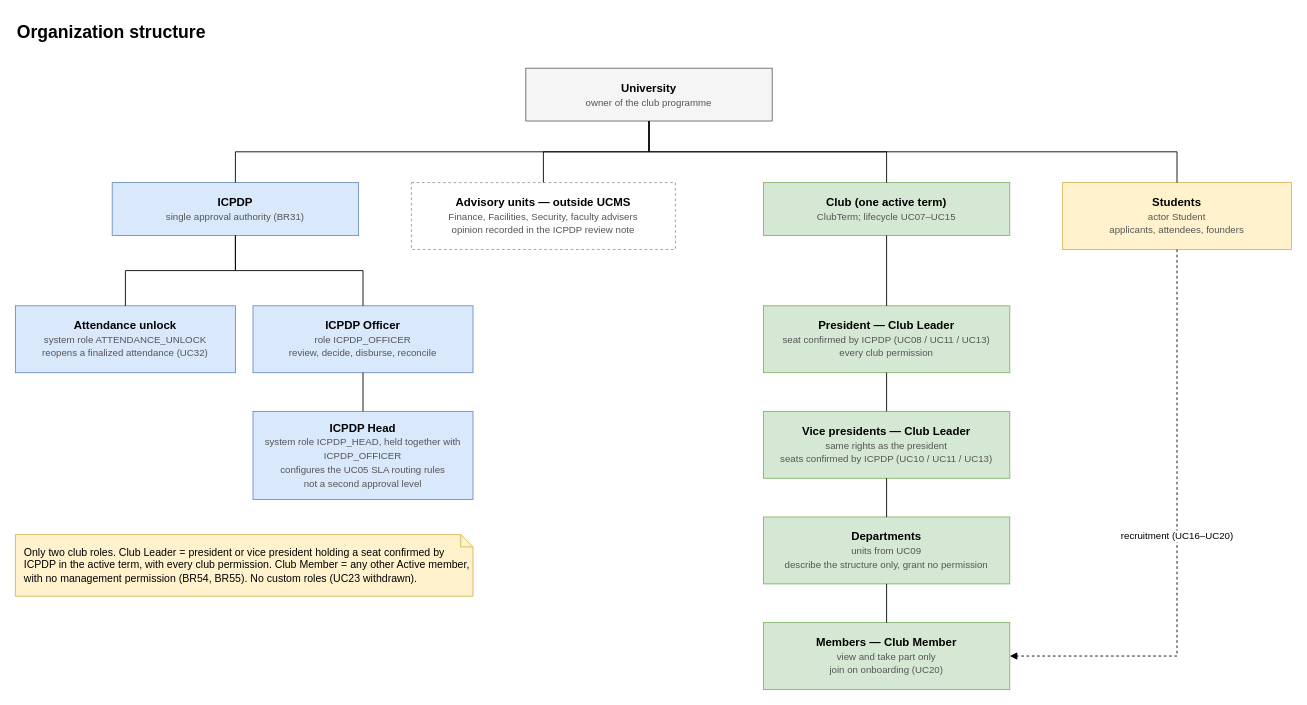
The draw.io diagram page "Organization structure" (1 of 2) of docs/03-diagrams/UCMS_Organization_and_Flows.drawio in nvdekay/ClubManagementSystem, before the edit. Source tidied: cells renumbered, new cells numbered last; positions are measured from the earlier drawing's top-left corner, leaving out a move shared by most shapes. Both pictures are drawn from the tidied source at 88%, with x=0, y=0 at pixel (15, 15).
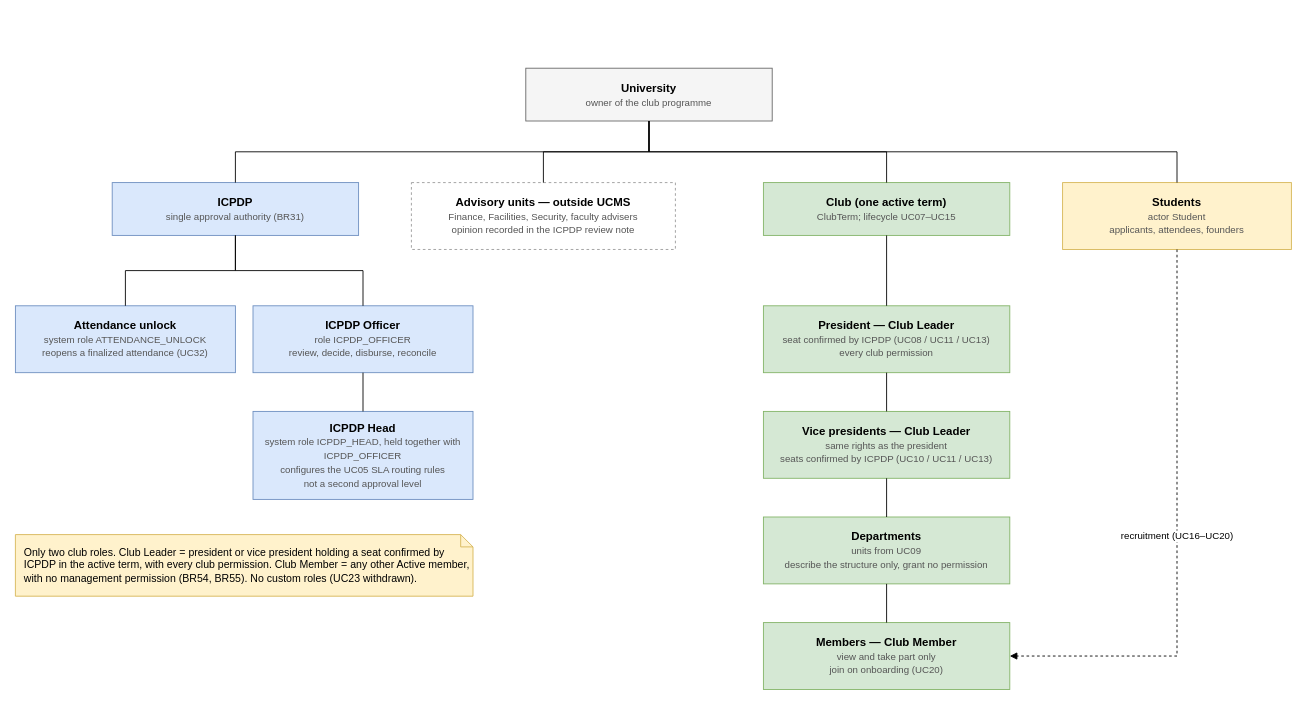
Above is the later version.

Diff of the diagram source:
```diff
@@
-    <mxCell id="2" value="Organization structure" style="text;html=1;fontSize=20;fontStyle=1;" parent="1" vertex="1">
-      <mxGeometry width="600" height="30" as="geometry" />
-    </mxCell>
```
